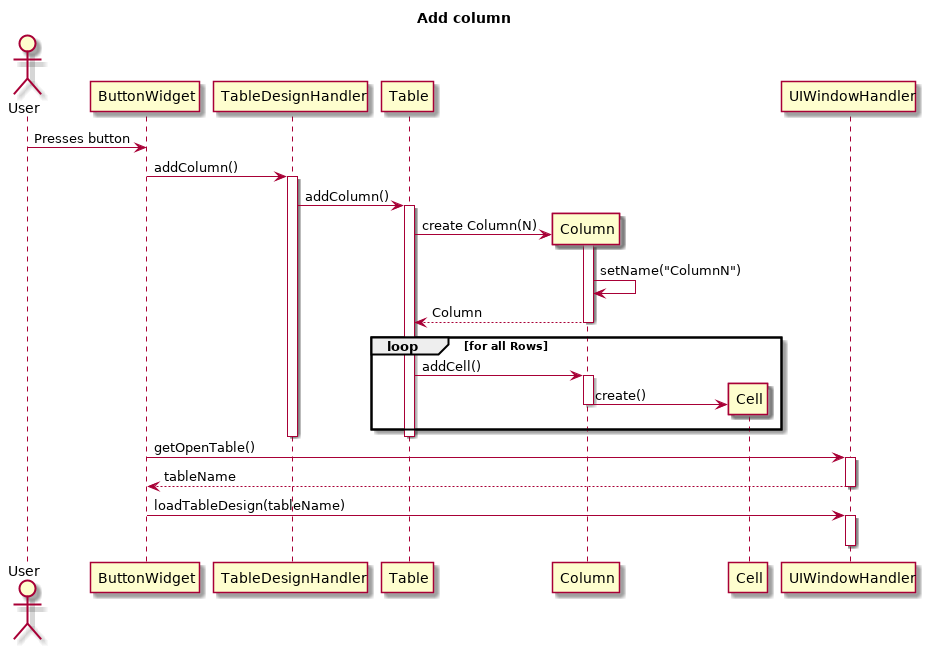
Above: diagrams/interactionDiagrams/addColumn.png in Bhamoss/softwareOntwerpProject (PlantUML), before the change.
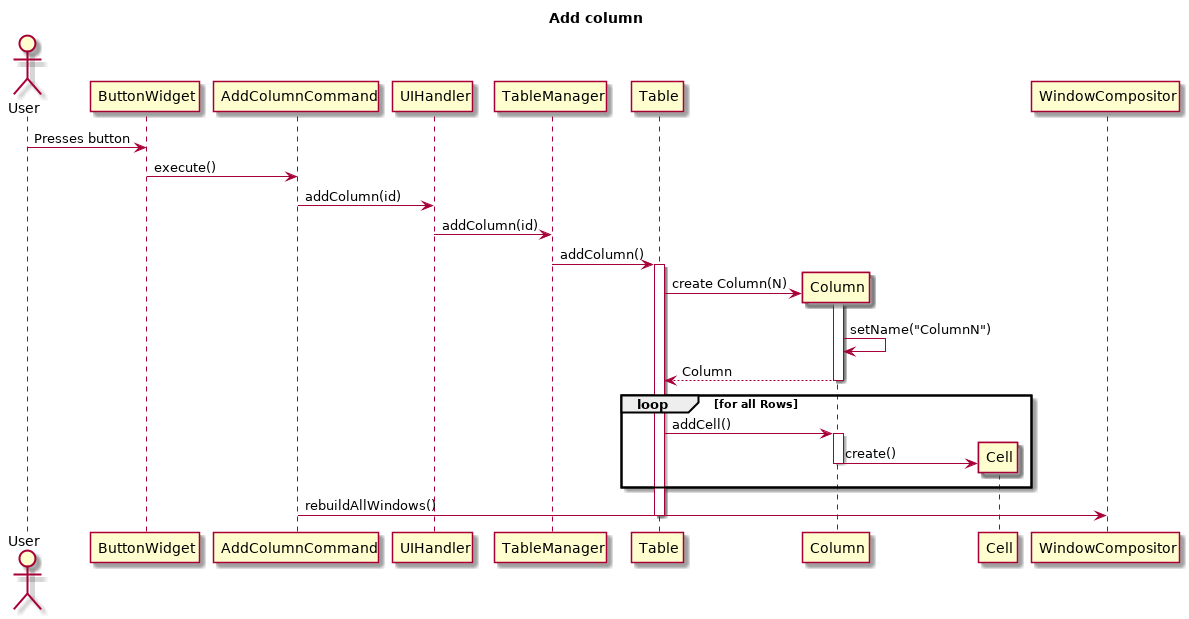
The same diagram one commit later.

What changed in the source:
```diff
@@ -3,9 +3,10 @@
 Actor User
 
 User->ButtonWidget: Presses button
-ButtonWidget -> TableDesignHandler: addColumn()
-activate TableDesignHandler
-TableDesignHandler -> Table: addColumn()
+ButtonWidget -> AddColumnCommand: execute()
+AddColumnCommand -> UIHandler: addColumn(id)
+UIHandler -> TableManager: addColumn(id)
+TableManager -> Table: addColumn()
 activate Table
 create Column
 Table -> Column: create Column(N)
@@ -19,14 +20,7 @@
     Column -> Cell: create()
     deactivate Column
 end
+AddColumnCommand -> WindowCompositor: rebuildAllWindows()
 deactivate Table
-deactivate TableDesignHandler
-ButtonWidget -> UIWindowHandler: getOpenTable()
-activate UIWindowHandler
-ButtonWidget <-- UIWindowHandler: tableName
-deactivate UIWindowHandler
-ButtonWidget -> UIWindowHandler: loadTableDesign(tableName)
-activate UIWindowHandler
-deactivate UIWindowHandler
 
 @enduml
```
